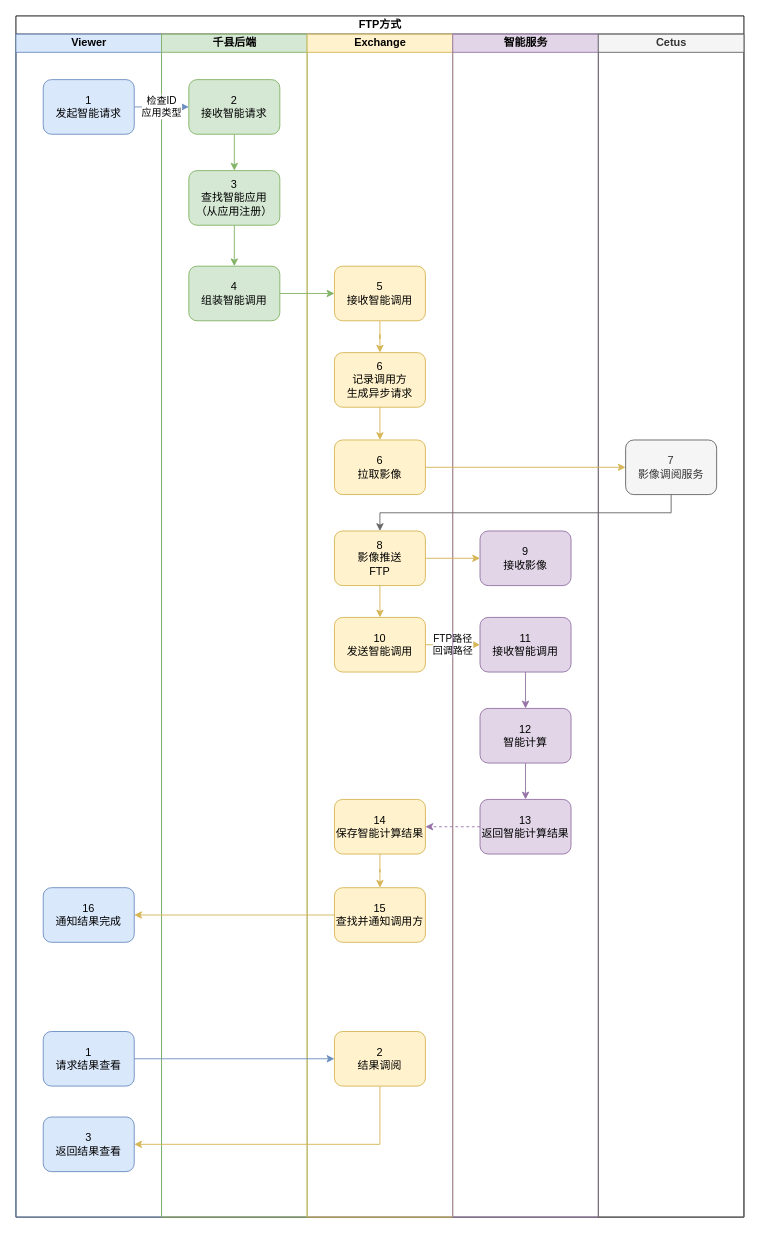
xzs603/draw.io keeps this draw.io diagram as uih/Exchange_UII_FTP.drawio. Above is the earlier version. Source tidied: cells renumbered, new cells numbered last; positions are measured from the earlier drawing's top-left corner, leaving out a move shared by most shapes. Both pictures are drawn from the tidied source at 91%, with x=0, y=0 at pixel (15, 15).
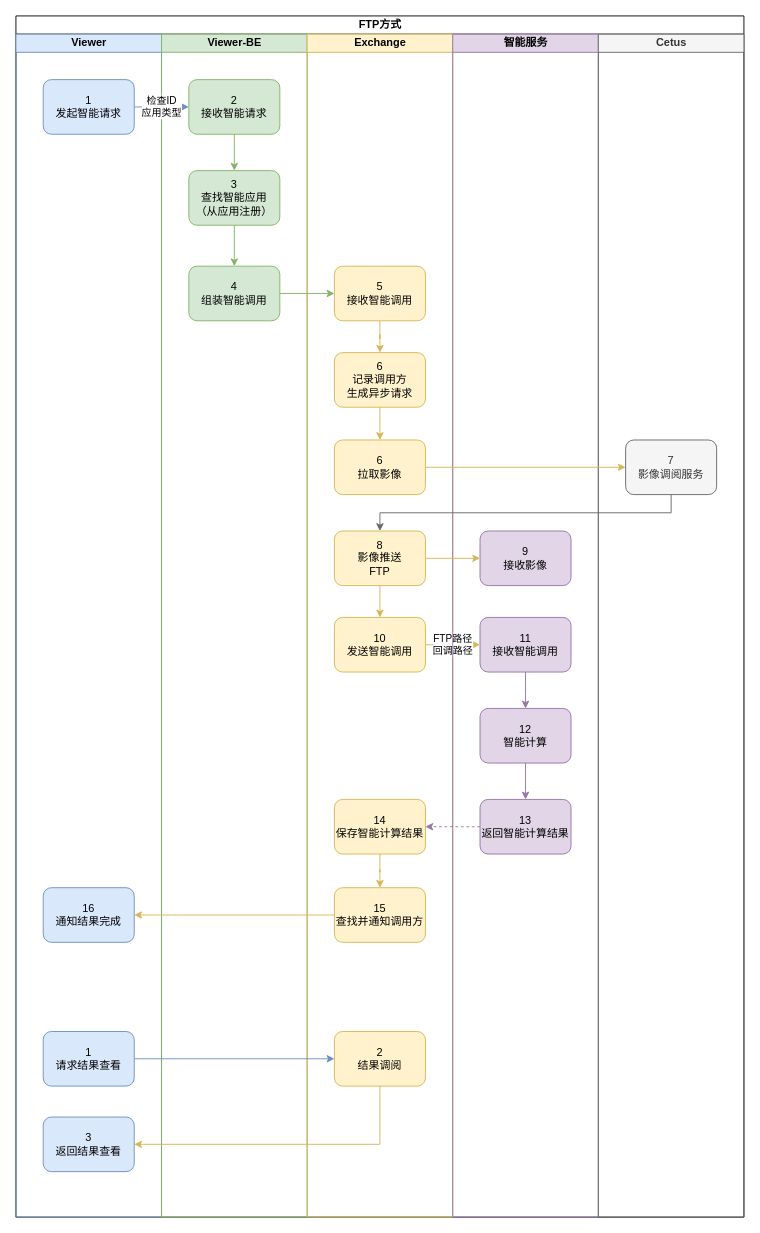
The same diagram, later.

The change refers to these unchanged cells:
```xml
<mxCell id="2" value="FTP方式" style="swimlane;html=1;startSize=20;" parent="1" vertex="1">
  <mxGeometry width="800" height="1320" as="geometry" />
</mxCell>
```

Change to the diagram source:
```diff
@@
-    <mxCell id="8" value="千县后端" style="swimlane;html=1;startSize=20;fillColor=#d5e8d4;strokeColor=#82b366;" parent="2" vertex="1">
+    <mxCell id="8" value="Viewer-BE" style="swimlane;html=1;startSize=20;fillColor=#d5e8d4;strokeColor=#82b366;" parent="2" vertex="1">
       <mxGeometry x="160" y="20" width="160" height="1300" as="geometry" />
     </mxCell>
```
